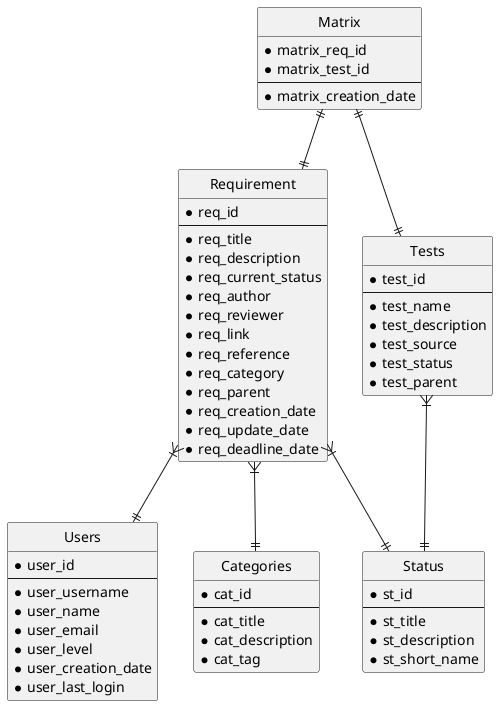
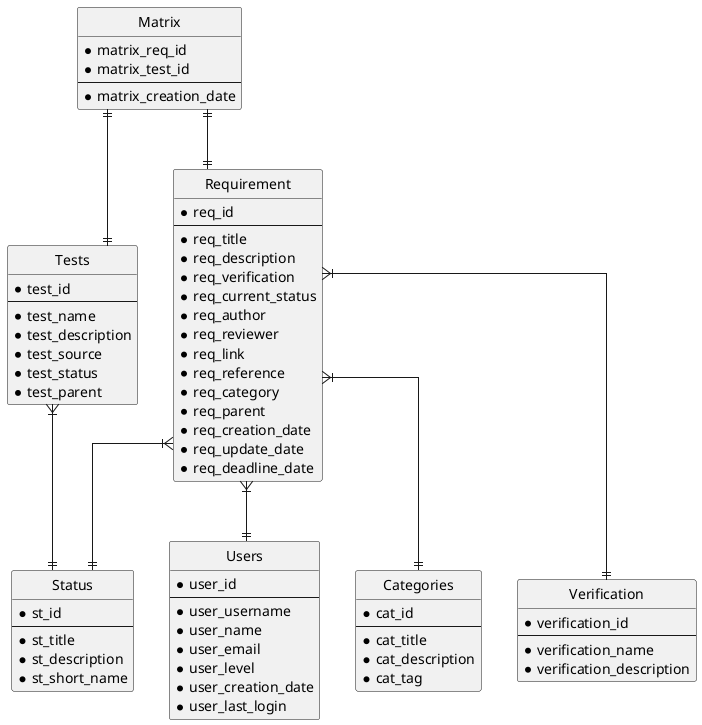
@startuml ER diagram

hide circle
+ skinparam linetype ortho

entity "Requirement" as req {
* req_id
---
* req_title
* req_description
+ * req_verification
* req_current_status
* req_author
* req_reviewer
* req_link
* req_reference
* req_category
* req_parent
* req_creation_date
* req_update_date
* req_deadline_date
}

entity "Users" as user {
* user_id
---
* user_username
* user_name
* user_email
* user_level
* user_creation_date
* user_last_login
}

entity "Status" as st {
* st_id
---
* st_title
* st_description
* st_short_name
}

entity "Categories" as cat {
* cat_id
---
* cat_title
* cat_description
* cat_tag
}

entity "Tests" as test {
* test_id
---
* test_name
* test_description
* test_source
* test_status
* test_parent
}

entity "Matrix" as matrix {
* matrix_req_id
* matrix_test_id
---
* matrix_creation_date
}

+ entity "Verification" as verification {
+ * verification_id
+ ---
+ * verification_name
+ * verification_description
+ }
+ 
req  }|--|| st
req  }|--|| cat
req  }|--|| user
+ req  }|--|| verification
test   }|--|| st
matrix ||--|| req
matrix ||--|| test

@enduml
